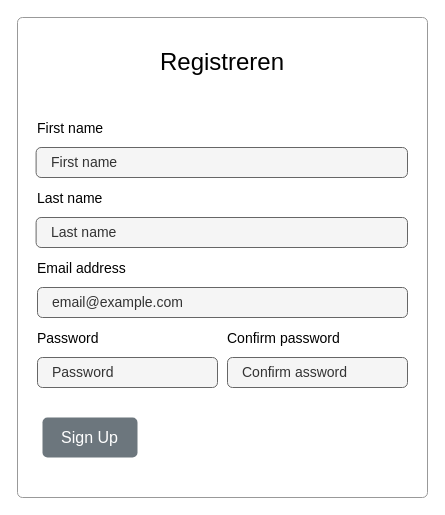
Before: page "registreren" (1 of 6) of Untitled Diagram.drawio in shafea87/mijnProject, a draw.io diagram. Source tidied: cells renumbered, new cells numbered last; positions are measured from the earlier drawing's top-left corner, leaving out a move shared by most shapes. Both pictures are drawn from the tidied source at 100%, with x=0, y=0 at pixel (17, 17).
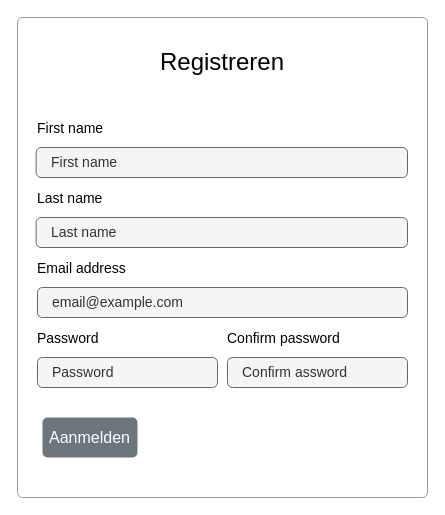
The same diagram, later.

Diff of the diagram source:
```diff
@@
 <mxGraphModel>
   <root>
     <mxCell id="0" />
     <mxCell id="1" parent="0" />
     <mxCell id="2" style="html=1;shadow=0;dashed=0;shape=mxgraph.bootstrap.rrect;rSize=5;fillColor=#ffffff;strokeColor=#999999;" parent="1" vertex="1">
       <mxGeometry width="410" height="480" as="geometry" />
     </mxCell>
     <mxCell id="3" value="Email address" style="fillColor=none;strokeColor=none;align=left;spacing=20;fontSize=14;" parent="2" vertex="1">
       <mxGeometry width="220" height="40" relative="1" as="geometry">
         <mxPoint y="230" as="offset" />
       </mxGeometry>
     </mxCell>
     <mxCell id="4" value="email@example.com" style="html=1;shadow=0;dashed=0;shape=mxgraph.bootstrap.rrect;rSize=5;fillColor=#f5f5f5;strokeColor=#666666;align=left;spacing=15;fontSize=14;fontColor=#333333;" parent="2" vertex="1">
       <mxGeometry width="370" height="30" relative="1" as="geometry">
         <mxPoint x="20" y="270" as="offset" />
       </mxGeometry>
     </mxCell>
     <mxCell id="5" value="Password" style="fillColor=none;strokeColor=none;align=left;spacing=20;fontSize=14;" parent="2" vertex="1">
       <mxGeometry width="220" height="40" relative="1" as="geometry">
         <mxPoint y="300" as="offset" />
       </mxGeometry>
     </mxCell>
     <mxCell id="6" value="Password" style="html=1;shadow=0;dashed=0;shape=mxgraph.bootstrap.rrect;rSize=5;fillColor=#f5f5f5;strokeColor=#666666;align=left;spacing=15;fontSize=14;fontColor=#333333;" parent="2" vertex="1">
       <mxGeometry width="180" height="30" relative="1" as="geometry">
         <mxPoint x="20" y="340" as="offset" />
       </mxGeometry>
     </mxCell>
     <mxCell id="7" value="First name" style="fillColor=none;strokeColor=none;align=left;spacing=20;fontSize=14;" parent="2" vertex="1">
       <mxGeometry y="90" width="410" height="40" as="geometry" />
     </mxCell>
     <mxCell id="8" value="First name" style="html=1;shadow=0;dashed=0;shape=mxgraph.bootstrap.rrect;rSize=5;fillColor=#f5f5f5;strokeColor=#666666;align=left;spacing=15;fontSize=14;fontColor=#333333;" parent="2" vertex="1">
       <mxGeometry x="18.6" y="130" width="371.4" height="30" as="geometry" />
     </mxCell>
     <mxCell id="9" value="Last name" style="fillColor=none;strokeColor=none;align=left;spacing=20;fontSize=14;" parent="2" vertex="1">
       <mxGeometry y="160" width="410" height="40" as="geometry" />
     </mxCell>
     <mxCell id="10" value="Last name" style="html=1;shadow=0;dashed=0;shape=mxgraph.bootstrap.rrect;rSize=5;fillColor=#f5f5f5;strokeColor=#666666;align=left;spacing=15;fontSize=14;fontColor=#333333;" parent="2" vertex="1">
       <mxGeometry x="18.6" y="200" width="371.4" height="30" as="geometry" />
     </mxCell>
     <mxCell id="11" value="Confirm password" style="fillColor=none;strokeColor=none;align=left;spacing=20;fontSize=14;" parent="2" vertex="1">
       <mxGeometry x="190" y="300" width="192.1" height="40" as="geometry" />
     </mxCell>
     <mxCell id="12" value="Confirm assword" style="html=1;shadow=0;dashed=0;shape=mxgraph.bootstrap.rrect;rSize=5;fillColor=#f5f5f5;strokeColor=#666666;align=left;spacing=15;fontSize=14;fontColor=#333333;" parent="2" vertex="1">
       <mxGeometry x="210" y="340" width="180" height="30" as="geometry" />
     </mxCell>
     <mxCell id="13" value="&lt;font style=&quot;font-size: 24px&quot;&gt;Registreren&lt;/font&gt;" style="text;html=1;strokeColor=none;fillColor=none;align=center;verticalAlign=middle;whiteSpace=wrap;rounded=0;" parent="2" vertex="1">
       <mxGeometry x="85" y="30" width="240" height="30" as="geometry" />
     </mxCell>
-    <mxCell id="14" value="Sign Up" style="html=1;shadow=0;dashed=0;shape=mxgraph.bootstrap.rrect;rSize=5;strokeColor=none;strokeWidth=1;fillColor=#6C767D;fontColor=#FFFFFF;whiteSpace=wrap;align=center;verticalAlign=middle;spacingLeft=0;fontStyle=0;fontSize=16;spacing=5;" parent="2" vertex="1">
+    <mxCell id="14" value="Aanmelden" style="html=1;shadow=0;dashed=0;shape=mxgraph.bootstrap.rrect;rSize=5;strokeColor=none;strokeWidth=1;fillColor=#6C767D;fontColor=#FFFFFF;whiteSpace=wrap;align=center;verticalAlign=middle;spacingLeft=0;fontStyle=0;fontSize=16;spacing=5;" parent="2" vertex="1">
       <mxGeometry x="25" y="400" width="95" height="40" as="geometry" />
     </mxCell>
   </root>
 </mxGraphModel>
```
